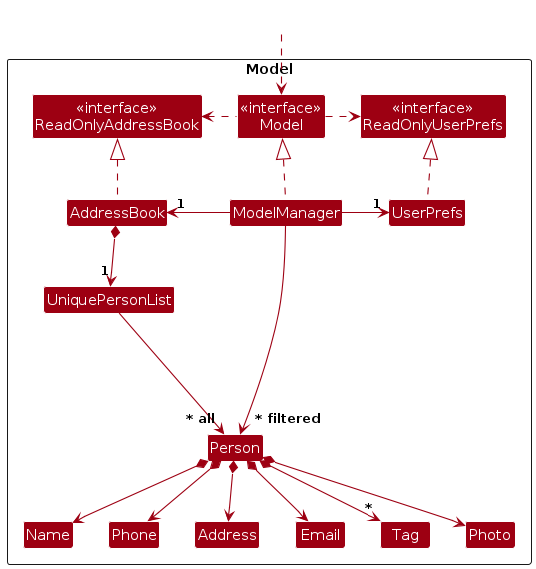
This is diagrams/ModelClassDiagram.png from AY2526S2-CS2103-F08-4/tp, a PlantUML export, as it was before one commit. Its source is kept beside it as diagrams/ModelClassDiagram.puml. Its diagram source:
```plantuml
@startuml
!include style.puml
skinparam arrowThickness 1.1
skinparam arrowColor MODEL_COLOR
skinparam classBackgroundColor MODEL_COLOR

Package Model as ModelPackage <<Rectangle>>{
Class "<<interface>>\nReadOnlyAddressBook" as ReadOnlyAddressBook
Class "<<interface>>\nReadOnlyUserPrefs" as ReadOnlyUserPrefs
Class "<<interface>>\nModel" as Model
Class AddressBook
Class ModelManager
Class UserPrefs

Class UniquePersonList
Class Person
Class Address
Class Email
Class Name
Class Phone
Class Tag
class Photo

Class I #FFFFFF
}

Class HiddenOutside #FFFFFF
HiddenOutside ..> Model

AddressBook .up.|> ReadOnlyAddressBook

ModelManager .up.|> Model
Model .right.> ReadOnlyUserPrefs
Model .left.> ReadOnlyAddressBook
ModelManager -left-> "1" AddressBook
ModelManager -right-> "1" UserPrefs
UserPrefs .up.|> ReadOnlyUserPrefs

AddressBook *--> "1" UniquePersonList
UniquePersonList --> "~* all" Person
Person *--> Name
Person *--> Phone
Person *--> Email
Person *--> Address
Person *--> "*" Tag
Person *--> Photo

Person -[hidden]up--> I
UniquePersonList -[hidden]right-> I

Name -[hidden]right-> Phone
Phone -[hidden]right-> Address
Address -[hidden]right-> Email

ModelManager --> "~* filtered" Person
@enduml
```
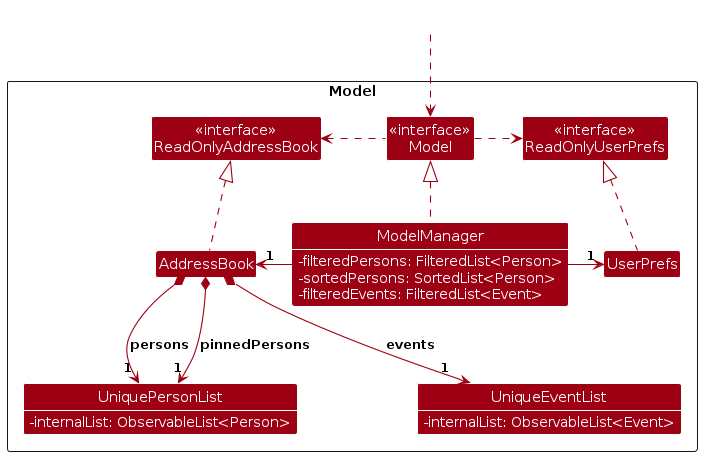
Later version of the same file.

Diff of the diagram source:
```diff
@@ -3,26 +3,37 @@
 skinparam arrowThickness 1.1
 skinparam arrowColor MODEL_COLOR
 skinparam classBackgroundColor MODEL_COLOR
+skinparam classAttributeFontColor #FFFFFF
+skinparam classAttributeIconSize 0
 
 Package Model as ModelPackage <<Rectangle>>{
 Class "<<interface>>\nReadOnlyAddressBook" as ReadOnlyAddressBook
 Class "<<interface>>\nReadOnlyUserPrefs" as ReadOnlyUserPrefs
 Class "<<interface>>\nModel" as Model
+
+Class ModelManager {
+    -filteredPersons: FilteredList<Person>
+    -sortedPersons: SortedList<Person>
+    -filteredEvents: FilteredList<Event>
+}
+
 Class AddressBook
-Class ModelManager
 Class UserPrefs
 
-Class UniquePersonList
-Class Person
-Class Address
-Class Email
-Class Name
-Class Phone
-Class Tag
-class Photo
+Class UniquePersonList {
+    -internalList: ObservableList<Person>
+}
+
+Class UniqueEventList {
+    -internalList: ObservableList<Event>
+}
 
 Class I #FFFFFF
 }
+
+show ModelManager fields
+show UniquePersonList fields
+show UniqueEventList fields
 
 Class HiddenOutside #FFFFFF
 HiddenOutside ..> Model
@@ -36,21 +47,11 @@
 ModelManager -right-> "1" UserPrefs
 UserPrefs .up.|> ReadOnlyUserPrefs
 
-AddressBook *--> "1" UniquePersonList
-UniquePersonList --> "~* all" Person
-Person *--> Name
-Person *--> Phone
-Person *--> Email
-Person *--> Address
-Person *--> "*" Tag
-Person *--> Photo
+AddressBook *--> "1" UniquePersonList : persons
+AddressBook *--> "1" UniquePersonList : pinnedPersons
+AddressBook *--> "1" UniqueEventList : events
 
-Person -[hidden]up--> I
 UniquePersonList -[hidden]right-> I
+UniqueEventList -[hidden]left-> I
 
-Name -[hidden]right-> Phone
-Phone -[hidden]right-> Address
-Address -[hidden]right-> Email
-
-ModelManager --> "~* filtered" Person
 @enduml
```
